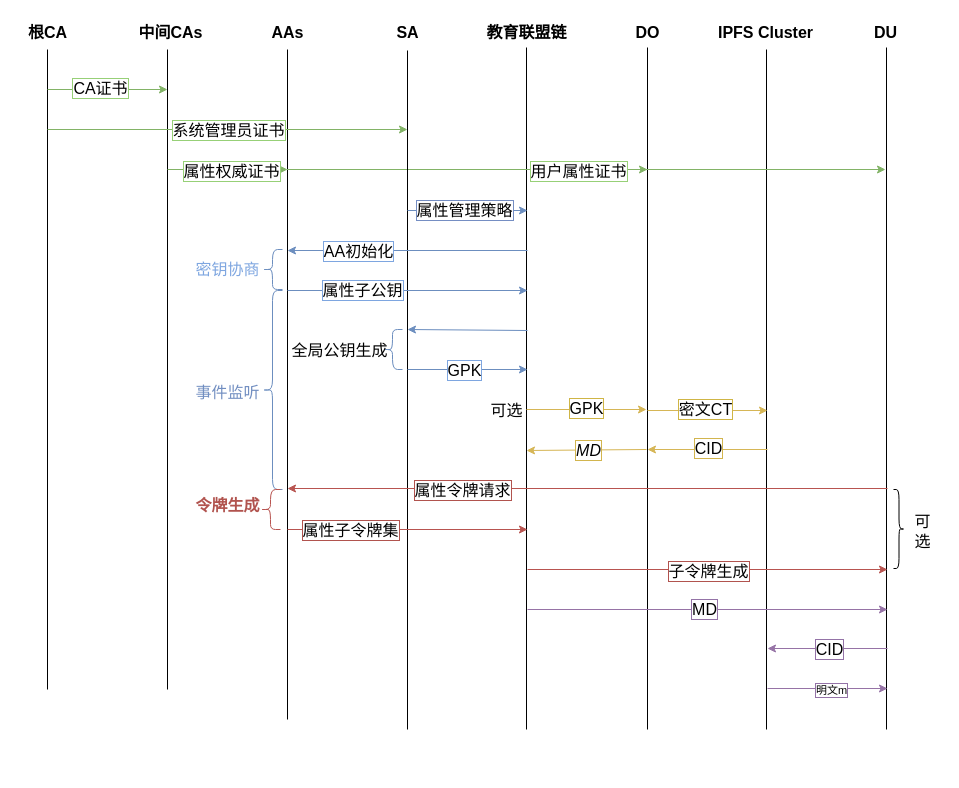
The draw.io diagram 教育流程图.drawio in Mr-doublehappines/httpServer, before the edit. Source tidied: cells renumbered, new cells numbered last; positions are measured from the earlier drawing's top-left corner, leaving out a move shared by most shapes. Both pictures are drawn from the tidied source at 100%, with x=0, y=0 at pixel (17, 17).
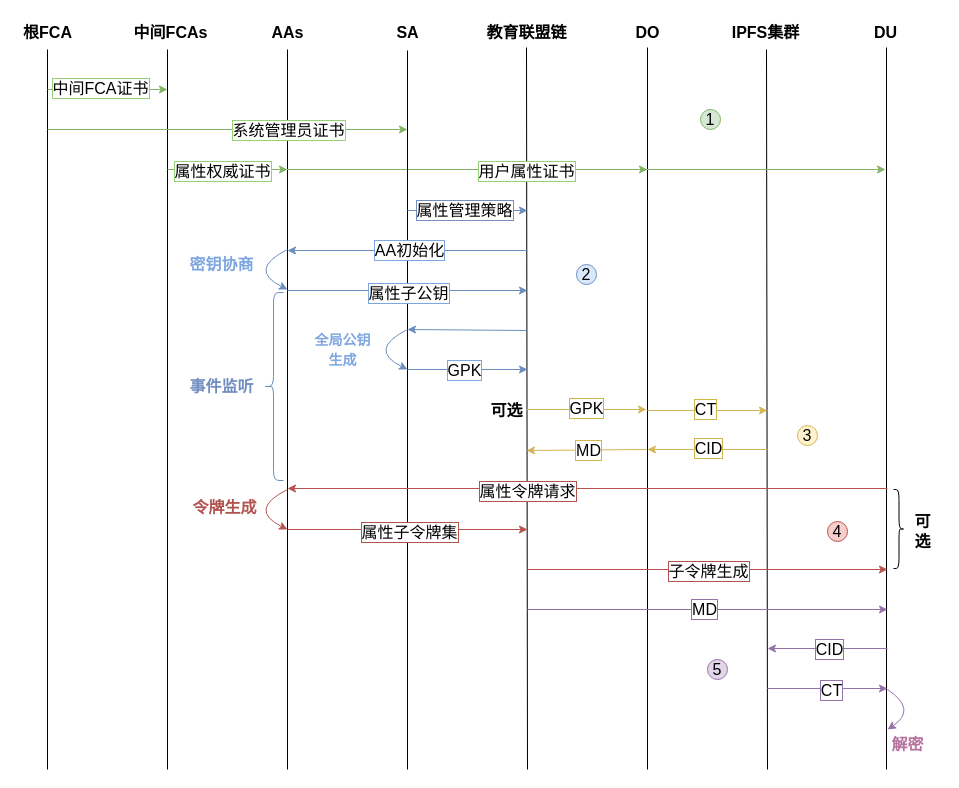
After the change.

Commit message:
更新教育流程图.drawio

The change refers to these unchanged cells:
```xml
<mxCell id="16" style="endArrow=classic;html=1;rounded=0;labelBorderColor=default;fontSize=16;fontFamily=宋体;fontColor=#97D077;fillColor=#d5e8d4;strokeColor=#82b366;" parent="1" edge="1">
  <mxGeometry relative="1" as="geometry">
    <mxPoint x="30" y="72" as="sourcePoint" />
    <mxPoint x="150" y="72" as="targetPoint" />
  </mxGeometry>
</mxCell>
<mxCell id="18" style="endArrow=classic;html=1;rounded=0;labelBorderColor=default;fontSize=16;fontFamily=宋体;fontColor=#000000;fillColor=#d5e8d4;strokeColor=#82b366;" parent="1" edge="1">
  <mxGeometry relative="1" as="geometry">
    <mxPoint x="150" y="152" as="sourcePoint" />
    <mxPoint x="270" y="152" as="targetPoint" />
  </mxGeometry>
</mxCell>
<mxCell id="20" style="endArrow=classic;html=1;rounded=0;labelBorderColor=default;fontSize=16;fontFamily=宋体;fontColor=#000000;fillColor=#d5e8d4;strokeColor=#82b366;" parent="1" edge="1">
  <mxGeometry relative="1" as="geometry">
    <mxPoint x="269" y="152" as="sourcePoint" />
    <mxPoint x="630" y="152" as="targetPoint" />
  </mxGeometry>
</mxCell>
<mxCell id="25" style="endArrow=classic;html=1;rounded=0;labelBorderColor=default;fontSize=16;fontFamily=宋体;fontColor=#97D077;fillColor=#d5e8d4;strokeColor=#82b366;" parent="1" edge="1">
  <mxGeometry relative="1" as="geometry">
    <mxPoint x="30" y="112" as="sourcePoint" />
    <mxPoint x="390" y="112" as="targetPoint" />
  </mxGeometry>
</mxCell>
<mxCell id="29" style="endArrow=classic;html=1;rounded=0;labelBorderColor=default;fontSize=16;fontFamily=宋体;fillColor=#dae8fc;strokeColor=#6c8ebf;fontColor=default;" parent="1" edge="1">
  <mxGeometry relative="1" as="geometry">
    <mxPoint x="510" y="233" as="sourcePoint" />
    <mxPoint x="270" y="233" as="targetPoint" />
  </mxGeometry>
</mxCell>
<mxCell id="31" style="endArrow=classic;html=1;rounded=0;labelBorderColor=#7EA6E0;fontSize=16;fontFamily=宋体;fontColor=default;fillColor=#dae8fc;strokeColor=#6c8ebf;" parent="1" edge="1">
  <mxGeometry relative="1" as="geometry">
    <mxPoint x="270" y="273" as="sourcePoint" />
    <mxPoint x="510" y="273" as="targetPoint" />
  </mxGeometry>
</mxCell>
<mxCell id="36" style="endArrow=classic;html=1;rounded=0;labelBorderColor=#cfb545;fontSize=16;fontFamily=宋体;fillColor=#fff2cc;strokeColor=#d6b656;fontColor=default;" parent="1" edge="1">
  <mxGeometry relative="1" as="geometry">
    <mxPoint x="630" y="393" as="sourcePoint" />
    <mxPoint x="750" y="393" as="targetPoint" />
  </mxGeometry>
</mxCell>
<mxCell id="38" style="endArrow=classic;html=1;rounded=0;labelBorderColor=default;fontSize=16;fontFamily=宋体;fillColor=#f8cecc;strokeColor=#b85450;fontColor=default;" parent="1" edge="1">
  <mxGeometry relative="1" as="geometry">
    <mxPoint x="870" y="471" as="sourcePoint" />
    <mxPoint x="270" y="471" as="targetPoint" />
  </mxGeometry>
</mxCell>
<mxCell id="40" style="endArrow=classic;html=1;rounded=0;labelBorderColor=default;fontSize=16;fontFamily=宋体;fillColor=#f8cecc;strokeColor=#b85450;fontColor=default;" parent="1" edge="1">
  <mxGeometry relative="1" as="geometry">
    <mxPoint x="270" y="512" as="sourcePoint" />
    <mxPoint x="510" y="512" as="targetPoint" />
  </mxGeometry>
</mxCell>
<mxCell id="46" style="endArrow=classic;html=1;rounded=0;labelBorderColor=default;fontSize=16;fontFamily=宋体;fillColor=#e1d5e7;strokeColor=#9673a6;fontColor=default;" parent="1" edge="1">
  <mxGeometry relative="1" as="geometry">
    <mxPoint x="750" y="671" as="sourcePoint" />
    <mxPoint x="870" y="671" as="targetPoint" />
  </mxGeometry>
</mxCell>
<mxCell id="48" style="endArrow=classic;html=1;rounded=0;labelBorderColor=default;fontSize=16;fontFamily=宋体;fillColor=#fff2cc;strokeColor=#d6b656;fontColor=default;" parent="1" edge="1">
  <mxGeometry relative="1" as="geometry">
    <mxPoint x="629" y="432" as="sourcePoint" />
    <mxPoint x="509" y="433" as="targetPoint" />
  </mxGeometry>
</mxCell>
```

Diff of the diagram source:
```diff
@@
     <mxCell id="2" style="endArrow=none;html=1;rounded=0;fontSize=16;fontFamily=宋体;" parent="1" edge="1">
       <mxGeometry relative="1" as="geometry">
-        <mxPoint x="30" y="672" as="sourcePoint" />
+        <mxPoint x="30" y="752" as="sourcePoint" />
         <mxPoint x="30" y="32" as="targetPoint" />
       </mxGeometry>
     </mxCell>
-    <mxCell id="3" value="根CA" style="text;html=1;align=center;verticalAlign=middle;strokeColor=none;fillColor=none;fontSize=16;fontFamily=宋体;fontStyle=1;" parent="1" vertex="1">
+    <mxCell id="3" value="根FCA" style="text;html=1;align=center;verticalAlign=middle;strokeColor=none;fillColor=none;fontSize=16;fontFamily=宋体;fontStyle=1;" parent="1" vertex="1">
       <mxGeometry width="60" height="30" as="geometry" />
     </mxCell>
     <mxCell id="4" style="endArrow=none;html=1;rounded=0;fontSize=16;fontFamily=宋体;" parent="1" edge="1">
       <mxGeometry relative="1" as="geometry">
-        <mxPoint x="150" y="672" as="sourcePoint" />
+        <mxPoint x="150" y="752" as="sourcePoint" />
         <mxPoint x="150" y="32" as="targetPoint" />
       </mxGeometry>
     </mxCell>
-    <mxCell id="5" value="中间CAs" style="text;html=1;align=center;verticalAlign=middle;strokeColor=none;fillColor=none;fontSize=16;fontFamily=宋体;fontStyle=1;" parent="1" vertex="1">
-      <mxGeometry x="113" width="80" height="30" as="geometry" />
+    <mxCell id="5" value="中间FCAs" style="text;html=1;align=center;verticalAlign=middle;strokeColor=none;fillColor=none;fontSize=16;fontFamily=宋体;fontStyle=1;" parent="1" vertex="1">
+      <mxGeometry x="108" width="90" height="30" as="geometry" />
     </mxCell>
     <mxCell id="6" style="endArrow=none;html=1;rounded=0;fontSize=16;fontFamily=宋体;" parent="1" edge="1">
       <mxGeometry relative="1" as="geometry">
-        <mxPoint x="270" y="702" as="sourcePoint" />
+        <mxPoint x="270" y="752" as="sourcePoint" />
         <mxPoint x="270" y="32" as="targetPoint" />
       </mxGeometry>
     </mxCell>
@@
     <mxCell id="8" style="endArrow=none;html=1;rounded=0;fontSize=16;fontFamily=宋体;" parent="1" edge="1">
       <mxGeometry relative="1" as="geometry">
-        <mxPoint x="509" y="712" as="sourcePoint" />
+        <mxPoint x="510" y="752" as="sourcePoint" />
         <mxPoint x="509" y="30" as="targetPoint" />
       </mxGeometry>
     </mxCell>
@@
     <mxCell id="10" style="endArrow=none;html=1;rounded=0;fontSize=16;fontFamily=宋体;" parent="1" edge="1">
       <mxGeometry relative="1" as="geometry">
-        <mxPoint x="749" y="712" as="sourcePoint" />
+        <mxPoint x="750" y="752" as="sourcePoint" />
         <mxPoint x="749" y="32" as="targetPoint" />
       </mxGeometry>
     </mxCell>
-    <mxCell id="11" value="IPFS Cluster" style="text;html=1;align=center;verticalAlign=middle;strokeColor=none;fillColor=none;fontSize=16;fontFamily=宋体;fontStyle=1;" parent="1" vertex="1">
-      <mxGeometry x="688" width="120" height="30" as="geometry" />
+    <mxCell id="11" value="IPFS集群" style="text;html=1;align=center;verticalAlign=middle;strokeColor=none;fillColor=none;fontSize=16;fontFamily=宋体;fontStyle=1;" parent="1" vertex="1">
+      <mxGeometry x="703" width="90" height="30" as="geometry" />
     </mxCell>
     <mxCell id="12" style="endArrow=none;html=1;rounded=0;fontSize=16;fontFamily=宋体;" parent="1" edge="1">
       <mxGeometry relative="1" as="geometry">
-        <mxPoint x="869" y="712" as="sourcePoint" />
+        <mxPoint x="869" y="752" as="sourcePoint" />
         <mxPoint x="869" y="30" as="targetPoint" />
       </mxGeometry>
     </mxCell>
@@
     <mxCell id="14" style="endArrow=none;html=1;rounded=0;fontSize=16;fontFamily=宋体;" parent="1" edge="1">
       <mxGeometry relative="1" as="geometry">
-        <mxPoint x="630" y="712" as="sourcePoint" />
+        <mxPoint x="630" y="752" as="sourcePoint" />
         <mxPoint x="630" y="30" as="targetPoint" />
       </mxGeometry>
     </mxCell>
@@
-    <mxCell id="17" value="CA证书" style="edgeLabel;html=1;align=center;verticalAlign=middle;labelBorderColor=#97D077;fontSize=16;fontFamily=宋体;fontColor=#000000;" parent="16" vertex="1">
+    <mxCell id="17" value="中间FCA证书" style="edgeLabel;html=1;align=center;verticalAlign=middle;labelBorderColor=#97D077;fontSize=16;fontFamily=宋体;fontColor=#000000;" parent="16" vertex="1">
       <mxGeometry x="-0.14" y="2" relative="1" as="geometry" />
     </mxCell>
@@
     <mxCell id="19" value="属性权威证书" style="edgeLabel;html=1;align=center;verticalAlign=middle;labelBorderColor=#97D077;fontSize=16;fontFamily=宋体;fontColor=#000000;" parent="18" vertex="1">
-      <mxGeometry x="0.05" y="-1" relative="1" as="geometry" />
+      <mxGeometry x="0.05" y="-1" relative="1" as="geometry">
+        <mxPoint x="-9" as="offset" />
+      </mxGeometry>
     </mxCell>
@@
     <mxCell id="21" value="用户属性证书" style="edgeLabel;html=1;align=center;verticalAlign=middle;labelBorderColor=#97D077;fontSize=16;fontFamily=宋体;fontColor=#000000;" parent="20" vertex="1">
-      <mxGeometry x="0.61" y="-1" relative="1" as="geometry" />
+      <mxGeometry x="0.61" y="-1" relative="1" as="geometry">
+        <mxPoint x="-52" as="offset" />
+      </mxGeometry>
     </mxCell>
     <mxCell id="22" style="endArrow=none;html=1;rounded=0;fontSize=16;fontFamily=宋体;" parent="1" edge="1">
       <mxGeometry relative="1" as="geometry">
-        <mxPoint x="390" y="712" as="sourcePoint" />
+        <mxPoint x="390" y="752" as="sourcePoint" />
         <mxPoint x="390" y="33" as="targetPoint" />
       </mxGeometry>
     </mxCell>
@@
     <mxCell id="26" value="系统管理员证书" style="edgeLabel;html=1;align=center;verticalAlign=middle;labelBorderColor=#97D077;fontSize=16;fontFamily=宋体;fontColor=#000000;" parent="25" vertex="1">
-      <mxGeometry relative="1" as="geometry" />
+      <mxGeometry relative="1" as="geometry">
+        <mxPoint x="60" as="offset" />
+      </mxGeometry>
     </mxCell>
@@
     <mxCell id="30" value="AA初始化" style="edgeLabel;html=1;align=center;verticalAlign=middle;labelBorderColor=#7EA6E0;fontSize=16;fontFamily=宋体;fontColor=default;" parent="29" vertex="1">
       <mxGeometry x="0.42" y="-4" relative="1" as="geometry">
-        <mxPoint y="4" as="offset" />
+        <mxPoint x="51" y="3" as="offset" />
       </mxGeometry>
     </mxCell>
@@
     <mxCell id="32" value="属性子公钥" style="edgeLabel;html=1;align=center;verticalAlign=middle;labelBorderColor=#7EA6E0;fontSize=16;fontFamily=宋体;fontColor=default;" parent="31" vertex="1">
       <mxGeometry x="0.22" y="-2" relative="1" as="geometry">
-        <mxPoint x="-72" y="-3" as="offset" />
+        <mxPoint x="-26" as="offset" />
       </mxGeometry>
     </mxCell>
@@
-    <mxCell id="37" value="密文CT" style="edgeLabel;html=1;align=center;verticalAlign=middle;labelBorderColor=#cfb545;fontSize=16;fontFamily=宋体;fontColor=default;" parent="36" vertex="1">
+    <mxCell id="37" value="CT" style="edgeLabel;html=1;align=center;verticalAlign=middle;labelBorderColor=#cfb545;fontSize=16;fontFamily=宋体;fontColor=default;" parent="36" vertex="1">
       <mxGeometry x="-0.05" y="2" relative="1" as="geometry" />
     </mxCell>
@@
     <mxCell id="39" value="属性令牌请求" style="edgeLabel;html=1;align=center;verticalAlign=middle;labelBorderColor=#b1534e;fontSize=16;fontFamily=宋体;fontColor=default;" parent="38" vertex="1">
-      <mxGeometry x="0.42" y="1" relative="1" as="geometry" />
+      <mxGeometry x="0.42" y="1" relative="1" as="geometry">
+        <mxPoint x="65" y="1" as="offset" />
+      </mxGeometry>
     </mxCell>
@@
     <mxCell id="41" value="属性子令牌集" style="edgeLabel;html=1;align=center;verticalAlign=middle;labelBorderColor=#b1534e;fontSize=16;fontFamily=宋体;fontColor=default;" parent="40" vertex="1">
       <mxGeometry x="-0.42" relative="1" as="geometry">
-        <mxPoint x="-8" as="offset" />
+        <mxPoint x="51" y="2" as="offset" />
       </mxGeometry>
     </mxCell>
@@
-    <mxCell id="47" value="明文m" style="edgeLabel;html=1;align=center;verticalAlign=middle;fontColor=default;labelBorderColor=#9473a7;" parent="46" vertex="1">
+    <mxCell id="47" value="CT" style="edgeLabel;html=1;align=center;verticalAlign=middle;fontColor=default;labelBorderColor=#9473a7;fontSize=16;fontFamily=宋体;" parent="46" vertex="1">
       <mxGeometry x="0.05" y="-1" relative="1" as="geometry" />
     </mxCell>
@@
-    <mxCell id="49" value="MD" style="edgeLabel;html=1;align=center;verticalAlign=middle;labelBorderColor=#d2b54e;fontSize=16;fontFamily=宋体;fontColor=default;fontStyle=2;" parent="48" vertex="1">
+    <mxCell id="49" value="MD" style="edgeLabel;html=1;align=center;verticalAlign=middle;labelBorderColor=#d2b54e;fontSize=16;fontFamily=宋体;fontColor=default;fontStyle=0;" parent="48" vertex="1">
       <mxGeometry x="-0.01" relative="1" as="geometry" />
     </mxCell>
-    <mxCell id="50" style="shape=curlyBracket;whiteSpace=wrap;html=1;rounded=1;labelPosition=left;verticalLabelPosition=middle;align=right;verticalAlign=middle;size=0.5;labelBorderColor=#7EA6E0;fontSize=16;fontFamily=宋体;fillColor=#dae8fc;strokeColor=#6c8ebf;fontColor=default;" parent="1" vertex="1">
-      <mxGeometry x="245" y="232" width="20" height="40" as="geometry" />
-    </mxCell>
-    <mxCell id="51" value="密钥协商" style="text;html=1;align=center;verticalAlign=middle;strokeColor=none;fillColor=none;labelBorderColor=none;fontSize=16;fontFamily=宋体;fontColor=#7EA6E0;" parent="1" vertex="1">
-      <mxGeometry x="165" y="237" width="90" height="30" as="geometry" />
+    <mxCell id="51" value="&lt;b&gt;密钥协商&lt;/b&gt;" style="text;html=1;align=center;verticalAlign=middle;strokeColor=none;fillColor=none;labelBorderColor=none;fontSize=16;fontFamily=宋体;fontColor=#7EA6E0;" parent="1" vertex="1">
+      <mxGeometry x="159" y="232" width="90" height="30" as="geometry" />
     </mxCell>
-    <mxCell id="52" style="shape=curlyBracket;whiteSpace=wrap;html=1;rounded=1;flipH=1;labelPosition=right;verticalLabelPosition=middle;align=left;verticalAlign=middle;size=0.5;rotation=-180;labelBorderColor=#7EA6E0;fontSize=16;fontFamily=宋体;fillColor=#dae8fc;strokeColor=#6c8ebf;fontColor=default;" parent="1" vertex="1">
-      <mxGeometry x="365" y="312" width="20" height="40" as="geometry" />
-    </mxCell>
@@
-    <mxCell id="55" value="全局公钥生成" style="text;html=1;align=center;verticalAlign=middle;strokeColor=none;fillColor=none;labelBorderColor=none;fontSize=16;fontFamily=宋体;fontColor=default;" parent="1" vertex="1">
-      <mxGeometry x="262" y="318" width="120" height="30" as="geometry" />
+    <mxCell id="55" value="&lt;font size=&quot;1&quot; color=&quot;#7ea6e0&quot;&gt;&lt;b style=&quot;font-size: 14px;&quot;&gt;全局公钥&lt;/b&gt;&lt;/font&gt;&lt;div&gt;&lt;font size=&quot;1&quot; color=&quot;#7ea6e0&quot;&gt;&lt;b style=&quot;font-size: 14px;&quot;&gt;生成&lt;/b&gt;&lt;/font&gt;&lt;/div&gt;" style="text;html=1;align=center;verticalAlign=middle;strokeColor=none;fillColor=none;labelBorderColor=none;fontSize=16;fontFamily=宋体;fontColor=default;" parent="1" vertex="1">
+      <mxGeometry x="285" y="307" width="80" height="50" as="geometry" />
     </mxCell>
-    <mxCell id="56" value="可选" style="text;html=1;align=center;verticalAlign=middle;strokeColor=none;fillColor=none;labelBorderColor=none;fontSize=16;fontFamily=宋体;fontColor=default;" parent="1" vertex="1">
+    <mxCell id="56" value="&lt;b&gt;可选&lt;/b&gt;" style="text;html=1;align=center;verticalAlign=middle;strokeColor=none;fillColor=none;labelBorderColor=none;fontSize=16;fontFamily=宋体;fontColor=default;" parent="1" vertex="1">
       <mxGeometry x="459" y="378" width="60" height="30" as="geometry" />
     </mxCell>
@@
     <mxCell id="59" style="shape=curlyBracket;whiteSpace=wrap;html=1;rounded=1;labelPosition=left;verticalLabelPosition=middle;align=right;verticalAlign=middle;labelBorderColor=default;fontSize=16;fontFamily=宋体;fillColor=#dae8fc;strokeColor=#6c8ebf;fontColor=default;" parent="1" vertex="1">
-      <mxGeometry x="245" y="273" width="20" height="199" as="geometry" />
+      <mxGeometry x="246" y="275" width="20" height="188" as="geometry" />
     </mxCell>
-    <mxCell id="60" value="事件监听" style="text;html=1;align=center;verticalAlign=middle;strokeColor=none;fillColor=none;labelBorderColor=none;fontSize=16;fontFamily=宋体;fontColor=#718ec1;" parent="1" vertex="1">
-      <mxGeometry x="165" y="360" width="90" height="30" as="geometry" />
+    <mxCell id="60" value="&lt;b&gt;事件监听&lt;/b&gt;" style="text;html=1;align=center;verticalAlign=middle;strokeColor=none;fillColor=none;labelBorderColor=none;fontSize=16;fontFamily=宋体;fontColor=#718ec1;" parent="1" vertex="1">
+      <mxGeometry x="159" y="354" width="90" height="30" as="geometry" />
     </mxCell>
-    <mxCell id="61" style="shape=curlyBracket;whiteSpace=wrap;html=1;rounded=1;labelPosition=left;verticalLabelPosition=middle;align=right;verticalAlign=middle;labelBorderColor=#b1534e;fontSize=16;fontFamily=宋体;fillColor=#f8cecc;strokeColor=#b85450;fontColor=default;" parent="1" vertex="1">
-      <mxGeometry x="243" y="472" width="20" height="40" as="geometry" />
-    </mxCell>
     <mxCell id="62" value="&lt;b style=&quot;font-size: 16px;&quot;&gt;令牌生成&lt;/b&gt;" style="text;html=1;align=center;verticalAlign=middle;labelBorderColor=none;fontSize=16;fontFamily=宋体;fontColor=#b1534e;" parent="1" vertex="1">
-      <mxGeometry x="165" y="473" width="90" height="30" as="geometry" />
+      <mxGeometry x="162" y="475" width="90" height="30" as="geometry" />
     </mxCell>
@@
-    <mxCell id="64" value="可&lt;div style=&quot;font-size: 16px;&quot;&gt;选&lt;/div&gt;" style="text;html=1;align=center;verticalAlign=middle;strokeColor=none;fillColor=none;fontSize=16;fontFamily=宋体;" parent="1" vertex="1">
+    <mxCell id="64" value="&lt;b&gt;可&lt;/b&gt;&lt;div style=&quot;font-size: 16px;&quot;&gt;&lt;b&gt;选&lt;/b&gt;&lt;/div&gt;" style="text;html=1;align=center;verticalAlign=middle;strokeColor=none;fillColor=none;fontSize=16;fontFamily=宋体;" parent="1" vertex="1">
       <mxGeometry x="885" y="489" width="40" height="50" as="geometry" />
     </mxCell>
@@
+    <mxCell id="67" value="1" style="ellipse;whiteSpace=wrap;html=1;fillColor=#d5e8d4;strokeColor=#82b366;fontSize=16;" parent="1" vertex="1">
+      <mxGeometry x="683" y="92" width="20" height="20" as="geometry" />
+    </mxCell>
+    <mxCell id="68" value="2" style="ellipse;whiteSpace=wrap;html=1;fillColor=#dae8fc;strokeColor=#6c8ebf;fontSize=16;" parent="1" vertex="1">
+      <mxGeometry x="559" y="247" width="20" height="20" as="geometry" />
+    </mxCell>
+    <mxCell id="69" value="3" style="ellipse;whiteSpace=wrap;html=1;fillColor=#fff2cc;strokeColor=#d6b656;fontSize=16;" parent="1" vertex="1">
+      <mxGeometry x="780" y="408" width="20" height="20" as="geometry" />
+    </mxCell>
+    <mxCell id="70" value="4" style="ellipse;whiteSpace=wrap;html=1;fillColor=#f8cecc;strokeColor=#b85450;fontSize=16;" parent="1" vertex="1">
+      <mxGeometry x="810" y="504" width="20" height="20" as="geometry" />
+    </mxCell>
+    <mxCell id="71" value="5" style="ellipse;whiteSpace=wrap;html=1;fillColor=#e1d5e7;strokeColor=#9673a6;fontSize=16;" parent="1" vertex="1">
+      <mxGeometry x="690" y="642" width="20" height="20" as="geometry" />
+    </mxCell>
+    <mxCell id="72" style="endArrow=classic;html=1;rounded=0;curved=1;fillColor=#dae8fc;strokeColor=#6c8ebf;" parent="1" edge="1">
+      <mxGeometry relative="1" as="geometry">
+        <mxPoint x="270" y="232" as="sourcePoint" />
+        <mxPoint x="270" y="272" as="targetPoint" />
+        <Array as="points">
+          <mxPoint x="230" y="252" />
+        </Array>
+      </mxGeometry>
+    </mxCell>
+    <mxCell id="73" style="endArrow=classic;html=1;rounded=0;curved=1;fillColor=#f8cecc;strokeColor=#b85450;" parent="1" edge="1">
+      <mxGeometry relative="1" as="geometry">
+        <mxPoint x="270" y="472" as="sourcePoint" />
+        <mxPoint x="270" y="512" as="targetPoint" />
+        <Array as="points">
+          <mxPoint x="230" y="492" />
+        </Array>
+      </mxGeometry>
+    </mxCell>
+    <mxCell id="74" style="endArrow=classic;html=1;rounded=0;curved=1;fillColor=#dae8fc;strokeColor=#6c8ebf;" parent="1" edge="1">
+      <mxGeometry relative="1" as="geometry">
+        <mxPoint x="390" y="312" as="sourcePoint" />
+        <mxPoint x="390" y="352" as="targetPoint" />
+        <Array as="points">
+          <mxPoint x="350" y="332" />
+        </Array>
+      </mxGeometry>
+    </mxCell>
+    <mxCell id="75" style="endArrow=classic;html=1;rounded=0;curved=1;fillColor=#e1d5e7;strokeColor=#9673a6;" parent="1" edge="1">
+      <mxGeometry relative="1" as="geometry">
+        <mxPoint x="870" y="672" as="sourcePoint" />
+        <mxPoint x="870" y="712" as="targetPoint" />
+        <Array as="points">
+          <mxPoint x="900" y="692" />
+        </Array>
+      </mxGeometry>
+    </mxCell>
+    <mxCell id="76" value="&lt;font style=&quot;font-size: 16px;&quot; face=&quot;宋体&quot;&gt;解密&lt;/font&gt;" style="text;html=1;align=center;verticalAlign=middle;strokeColor=none;fillColor=none;fontColor=#B5739D;fontStyle=1;" parent="1" vertex="1">
+      <mxGeometry x="860" y="712" width="60" height="30" as="geometry" />
+    </mxCell>
```
